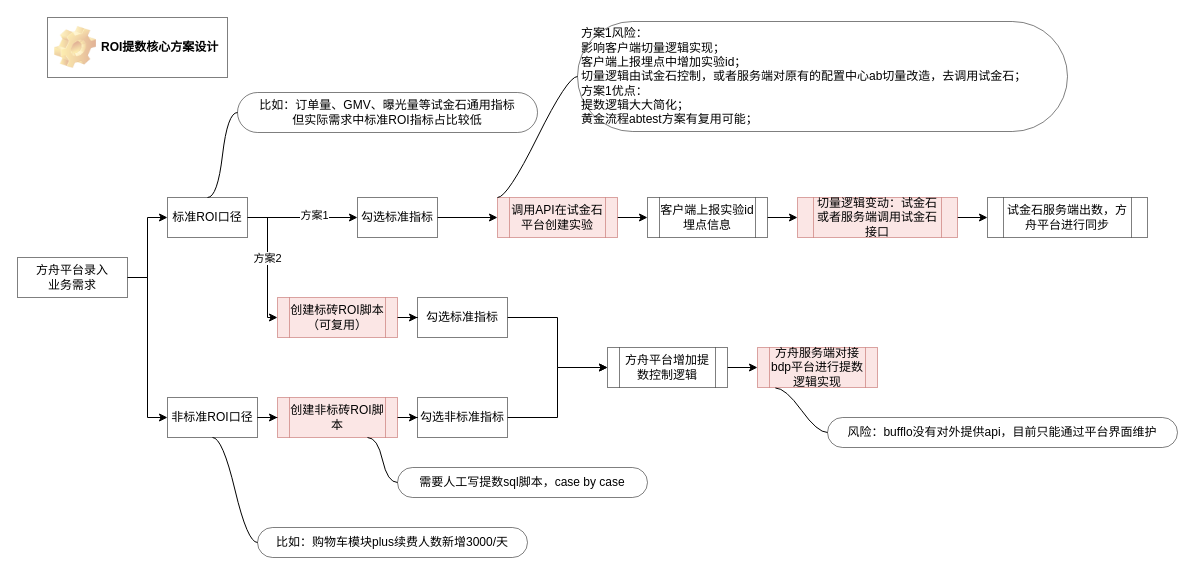
Earlier version of the draw.io diagram page "ROI提数核心实现方案" (4 of 6) of 需求ROI评估.drawio (lihongliang1989/diagram). Source tidied: cells renumbered, new cells numbered last; positions are measured from the earlier drawing's top-left corner, leaving out a move shared by most shapes. Both pictures are drawn from the tidied source at 100%, with x=0, y=0 at pixel (17, 17).
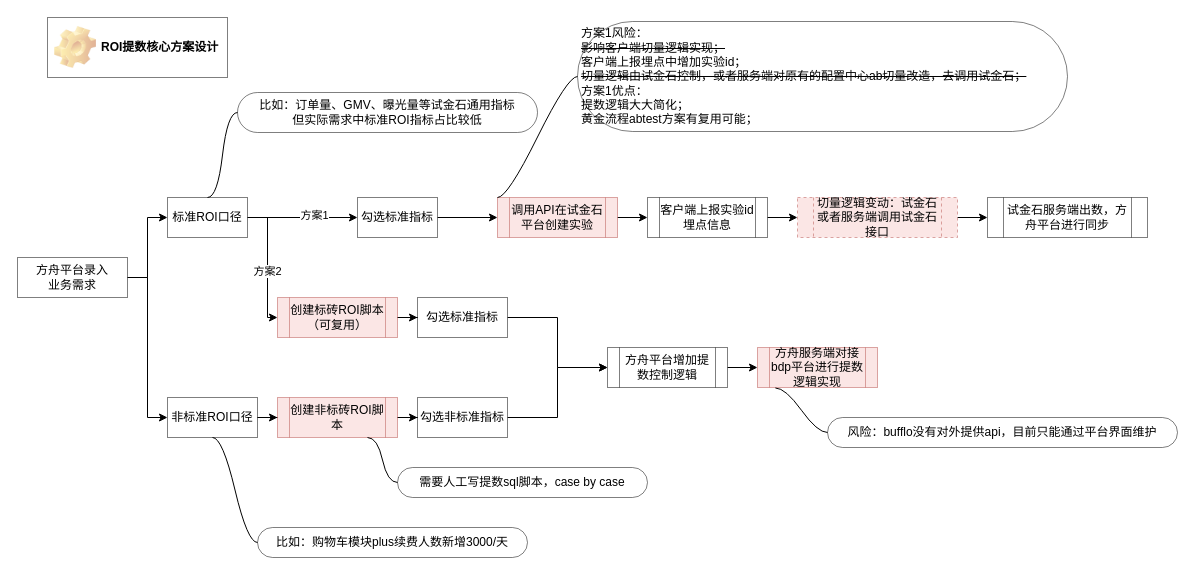
The same page after the edit.

The change refers to these unchanged cells:
```xml
<mxCell id="8" style="edgeStyle=orthogonalEdgeStyle;rounded=0;jettySize=auto;html=1;entryX=0;entryY=0.5;entryDx=0;entryDy=0;fontColor=#000000;" parent="1" edge="1" source="10" target="38">
  <mxGeometry relative="1" as="geometry">
    <Array as="points">
      <mxPoint x="250" y="200" />
      <mxPoint x="250" y="300" />
    </Array>
  </mxGeometry>
</mxCell>
```

What changed in the source:
```diff
@@
     <mxCell id="9" value="方案2" style="edgeLabel;html=1;align=center;verticalAlign=middle;fontColor=#000000;" parent="8" vertex="1">
-      <mxGeometry x="-0.08" y="-1" relative="1" as="geometry" />
+      <mxGeometry x="0.12" y="-1" relative="1" as="geometry" />
     </mxCell>
@@
-    <mxCell id="22" value="切量逻辑变动：试金石或者服务端调用试金石接口" style="shape=process;whiteSpace=wrap;html=1;backgroundOutline=1;rounded=0;shadow=0;glass=0;sketch=0;fontColor=#000000;strokeColor=#b85450;fillColor=#f8cecc;opacity=50;" parent="1" vertex="1">
+    <mxCell id="22" value="切量逻辑变动：试金石或者服务端调用试金石接口" style="shape=process;whiteSpace=wrap;html=1;backgroundOutline=1;rounded=0;shadow=0;glass=0;sketch=0;fontColor=#000000;strokeColor=#b85450;fillColor=#f8cecc;opacity=50;dashed=1;" parent="1" vertex="1">
       <mxGeometry x="780" y="180" width="160" height="40" as="geometry" />
     </mxCell>
-    <mxCell id="23" value="方案1风险：&lt;br&gt;影响客户端切量逻辑实现；&lt;br&gt;客户端上报埋点中增加实验id；&lt;br&gt;切量逻辑由试金石控制，或者服务端对原有的配置中心ab切量改造，去调用试金石；&lt;br&gt;方案1优点：&lt;br&gt;提数逻辑大大简化；&lt;br&gt;黄金流程abtest方案有复用可能；" style="whiteSpace=wrap;html=1;rounded=1;arcSize=50;align=left;verticalAlign=middle;strokeWidth=1;spacing=4;newEdgeStyle={&quot;edgeStyle&quot;:&quot;entityRelationEdgeStyle&quot;,&quot;startArrow&quot;:&quot;none&quot;,&quot;endArrow&quot;:&quot;none&quot;,&quot;segment&quot;:10,&quot;curved&quot;:1};shadow=0;glass=0;sketch=0;fontColor=#000000;fillColor=#FFFFFF;opacity=50;" parent="1" vertex="1">
+    <mxCell id="23" value="方案1风险：&lt;br&gt;&lt;strike&gt;影响客户端切量逻辑实现；&lt;/strike&gt;&lt;br&gt;客户端上报埋点中增加实验id；&lt;br&gt;&lt;strike&gt;切量逻辑由试金石控制，或者服务端对原有的配置中心ab切量改造，去调用试金石；&lt;br&gt;&lt;/strike&gt;方案1优点：&lt;br&gt;提数逻辑大大简化；&lt;br&gt;黄金流程abtest方案有复用可能；" style="whiteSpace=wrap;html=1;rounded=1;arcSize=50;align=left;verticalAlign=middle;strokeWidth=1;spacing=4;newEdgeStyle={&quot;edgeStyle&quot;:&quot;entityRelationEdgeStyle&quot;,&quot;startArrow&quot;:&quot;none&quot;,&quot;endArrow&quot;:&quot;none&quot;,&quot;segment&quot;:10,&quot;curved&quot;:1};shadow=0;glass=0;sketch=0;fontColor=#000000;fillColor=#FFFFFF;opacity=50;" parent="1" vertex="1">
       <mxGeometry x="560" y="4" width="490" height="110" as="geometry" />
     </mxCell>
```
